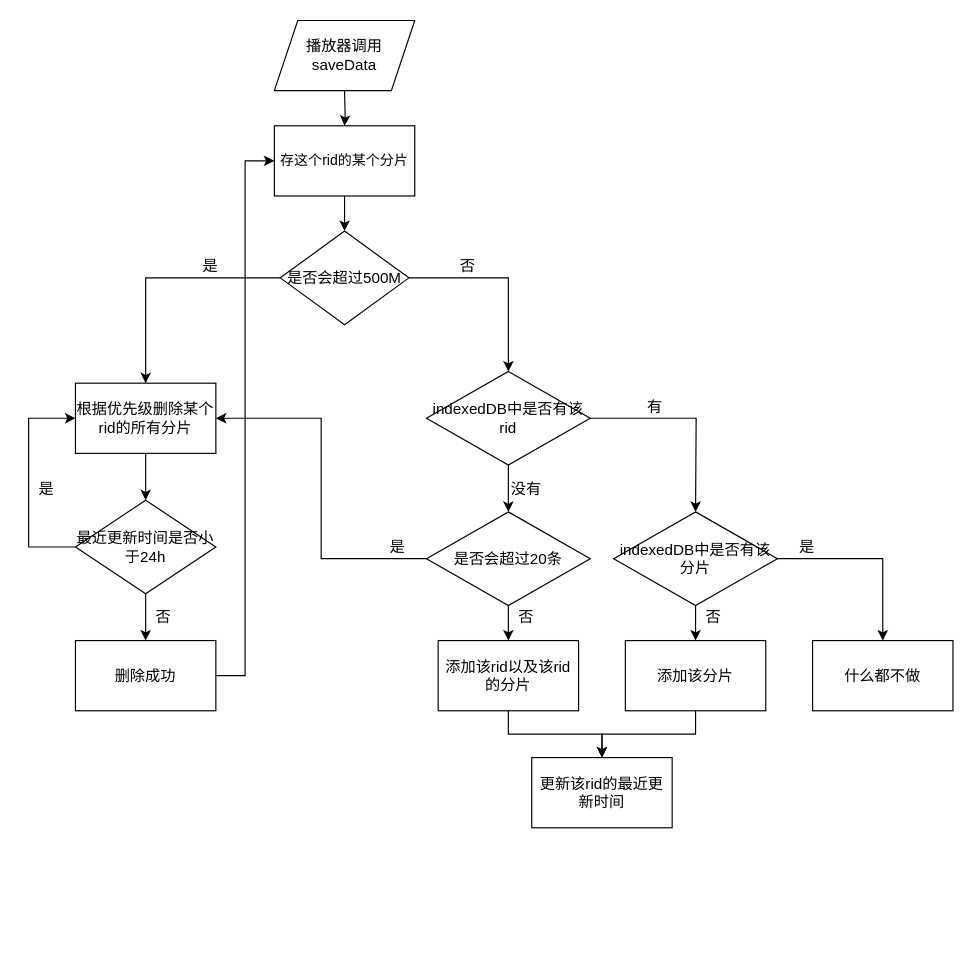
Before: Untitled Diagram.drawio in crazyones110/git-test, a draw.io diagram. Source tidied: cells renumbered, new cells numbered last; positions are measured from the earlier drawing's top-left corner, leaving out a move shared by most shapes. Both pictures are drawn from the tidied source at 117%, with x=0, y=0 at pixel (28, 20).
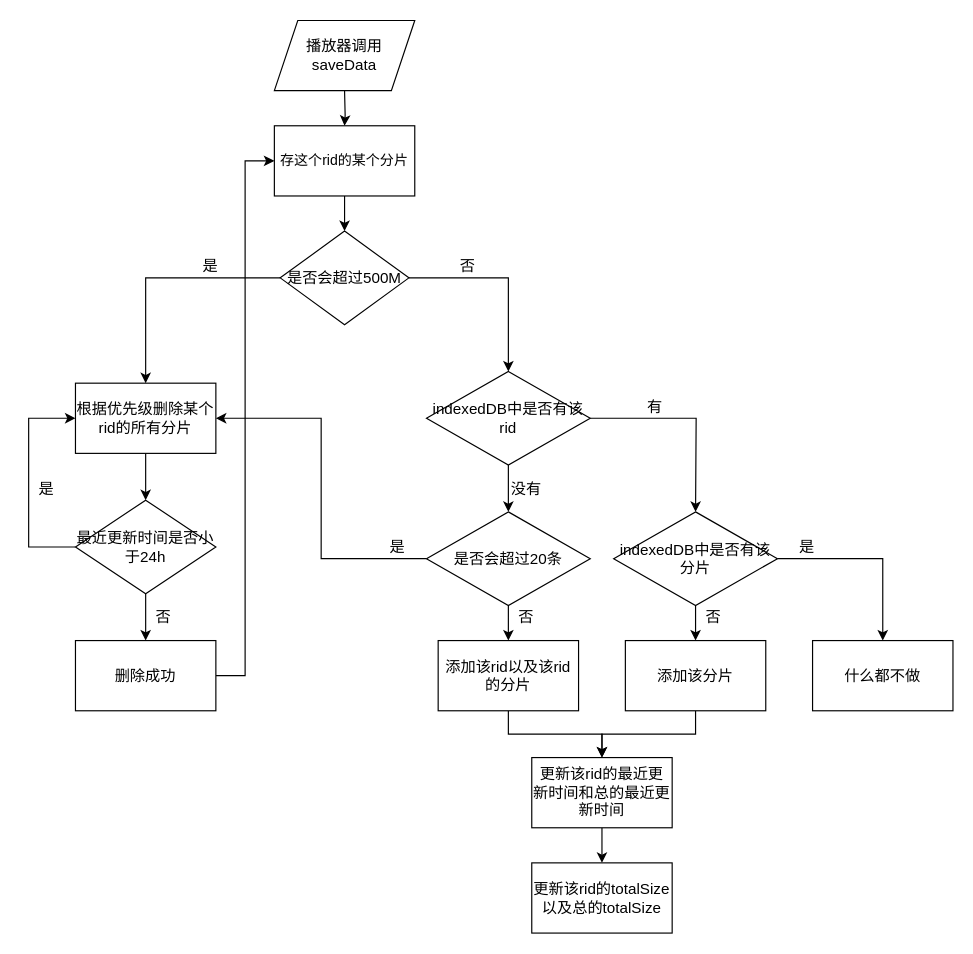
The same page after the edit.

Change to the diagram source:
```diff
@@
+    <mxCell id="41" style="edgeStyle=orthogonalEdgeStyle;rounded=0;jettySize=auto;html=1;exitX=0.5;exitY=1;exitDx=0;exitDy=0;entryX=0.5;entryY=0;entryDx=0;entryDy=0;fontSize=13;" parent="1" edge="1" source="40" target="42">
+      <mxGeometry relative="1" as="geometry" />
+    </mxCell>
-    <mxCell id="40" value="更新该rid的最近更新时间" style="whiteSpace=wrap;html=1;rounded=0;fontSize=13;" parent="1" vertex="1">
+    <mxCell id="40" value="更新该rid的最近更新时间和总的最近更新时间" style="whiteSpace=wrap;html=1;rounded=0;fontSize=13;" parent="1" vertex="1">
       <mxGeometry x="430" y="630" width="120" height="60" as="geometry" />
     </mxCell>
+    <mxCell id="42" value="更新该rid的totalSize以及总的totalSize" style="whiteSpace=wrap;html=1;rounded=0;fontSize=13;" parent="1" vertex="1">
+      <mxGeometry x="430" y="720" width="120" height="60" as="geometry" />
+    </mxCell>
```
